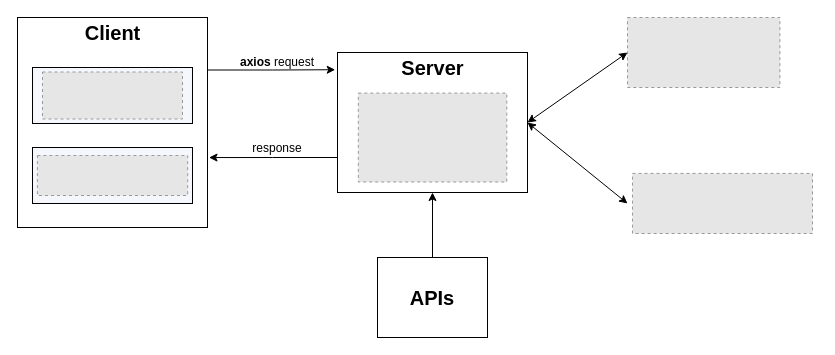
This is page "Architecture" (1 of 7) of system_design/Portfolio_Management_Tracker_Charts.drawio from khanhnq1406/Investment_Portfolio_Tracker, a draw.io file, before an edit. Source tidied: cells renumbered, new cells numbered last; positions are measured from the earlier drawing's top-left corner, leaving out a move shared by most shapes. Both pictures are drawn from the tidied source at 100%, with x=0, y=0 at pixel (17, 17). Pictures stored in the file or linked from it are replaced by grey dashed boxes.
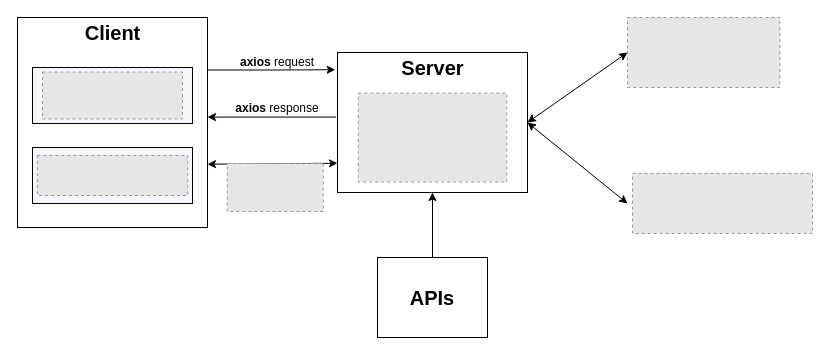
The same diagram, later.

The change refers to these unchanged cells:
```xml
<mxCell id="2" style="rounded=0;whiteSpace=wrap;html=1;" parent="1" vertex="1">
  <mxGeometry width="190" height="210" as="geometry" />
</mxCell>
<mxCell id="12" style="rounded=0;whiteSpace=wrap;html=1;" parent="1" vertex="1">
  <mxGeometry x="320" y="35" width="190" height="140" as="geometry" />
</mxCell>
```

The edit, as a diff of the source:
```diff
@@
-    <mxCell id="17" style="edgeStyle=orthogonalEdgeStyle;rounded=0;jettySize=auto;html=1;exitX=0;exitY=0.75;exitDx=0;exitDy=0;entryX=1.008;entryY=0.667;entryDx=0;entryDy=0;entryPerimeter=0;" parent="1" edge="1" source="12" target="2">
-      <mxGeometry relative="1" as="geometry" />
+    <mxCell id="17" style="edgeStyle=orthogonalEdgeStyle;rounded=0;orthogonalLoop=1;jettySize=auto;html=1;exitX=0;exitY=0.75;exitDx=0;exitDy=0;entryX=1.008;entryY=0.667;entryDx=0;entryDy=0;entryPerimeter=0;" parent="1" edge="1">
+      <mxGeometry relative="1" as="geometry">
+        <mxPoint x="318.5" y="99.6" as="sourcePoint" />
+        <mxPoint x="190" y="99.6" as="targetPoint" />
+      </mxGeometry>
     </mxCell>
@@
-    <mxCell id="19" value="response" style="text;html=1;align=center;verticalAlign=middle;whiteSpace=wrap;rounded=0;" parent="1" vertex="1">
-      <mxGeometry x="220" y="116" width="80" height="30" as="geometry" />
+    <mxCell id="19" value="&lt;b&gt;axios &lt;/b&gt;response" style="text;html=1;align=center;verticalAlign=middle;whiteSpace=wrap;rounded=0;" parent="1" vertex="1">
+      <mxGeometry x="214.2" y="75.6" width="91.5" height="30" as="geometry" />
     </mxCell>
@@
+    <mxCell id="25" style="endArrow=classic;startArrow=classic;html=1;rounded=0;exitX=1.012;exitY=0.67;exitDx=0;exitDy=0;exitPerimeter=0;entryX=0;entryY=0.791;entryDx=0;entryDy=0;entryPerimeter=0;" parent="1" edge="1" target="12">
+      <mxGeometry relative="1" as="geometry">
+        <mxPoint x="190" y="146.7" as="sourcePoint" />
+      </mxGeometry>
+    </mxCell>
+    <mxCell id="26" style="fillColor=#E6E6E6;strokeColor=#999999;dashed=1;verticalLabelPosition=bottom;labelBackgroundColor=default;verticalAlign=top;" parent="1" vertex="1">
+      <mxGeometry x="209.8" y="146" width="96" height="48" as="geometry" />
+    </mxCell>
```
